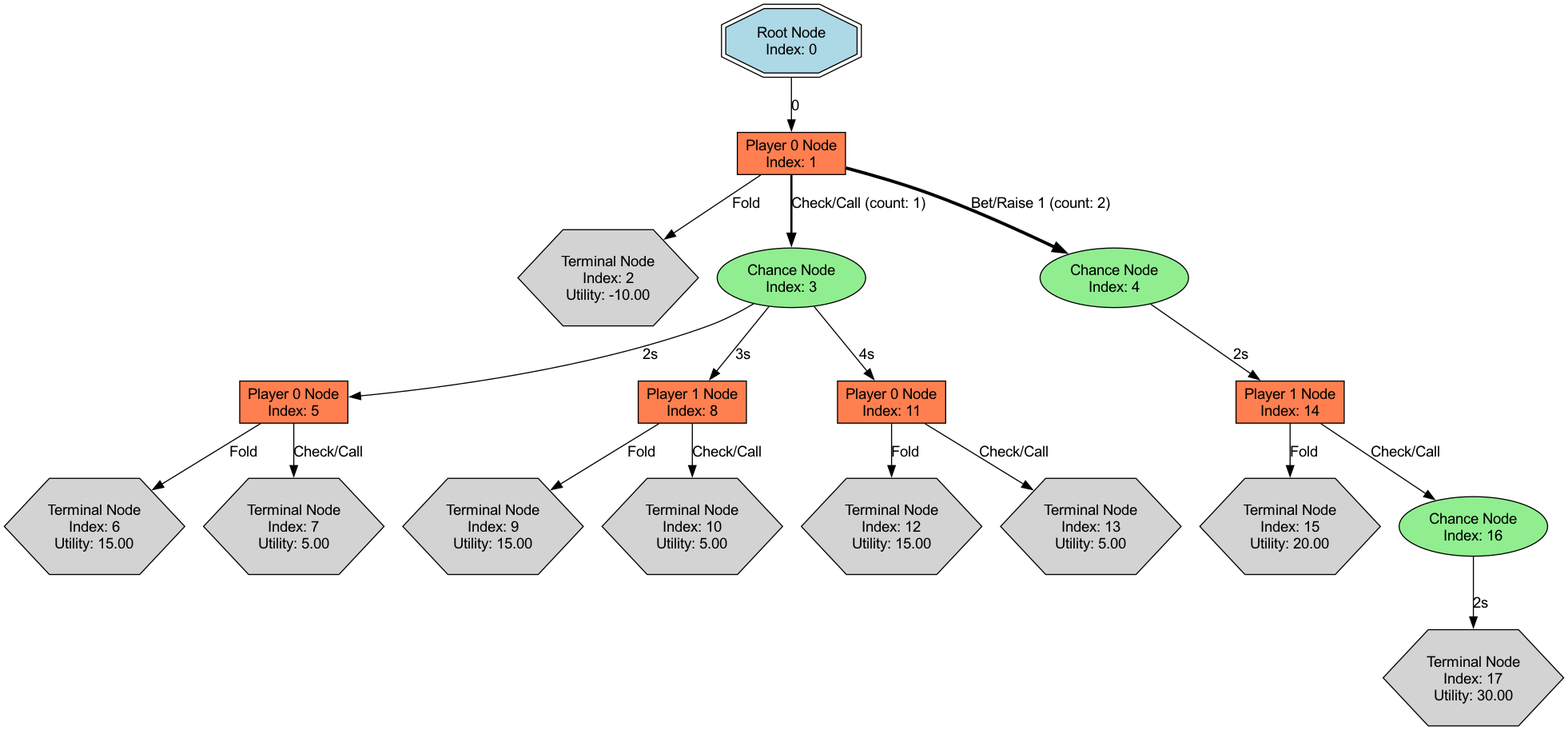
Earlier version of the Graphviz export examples/exports/cfr_tree.png (elliottneilclark/rs-poker). Its source is kept beside it as examples/exports/cfr_tree.dot.
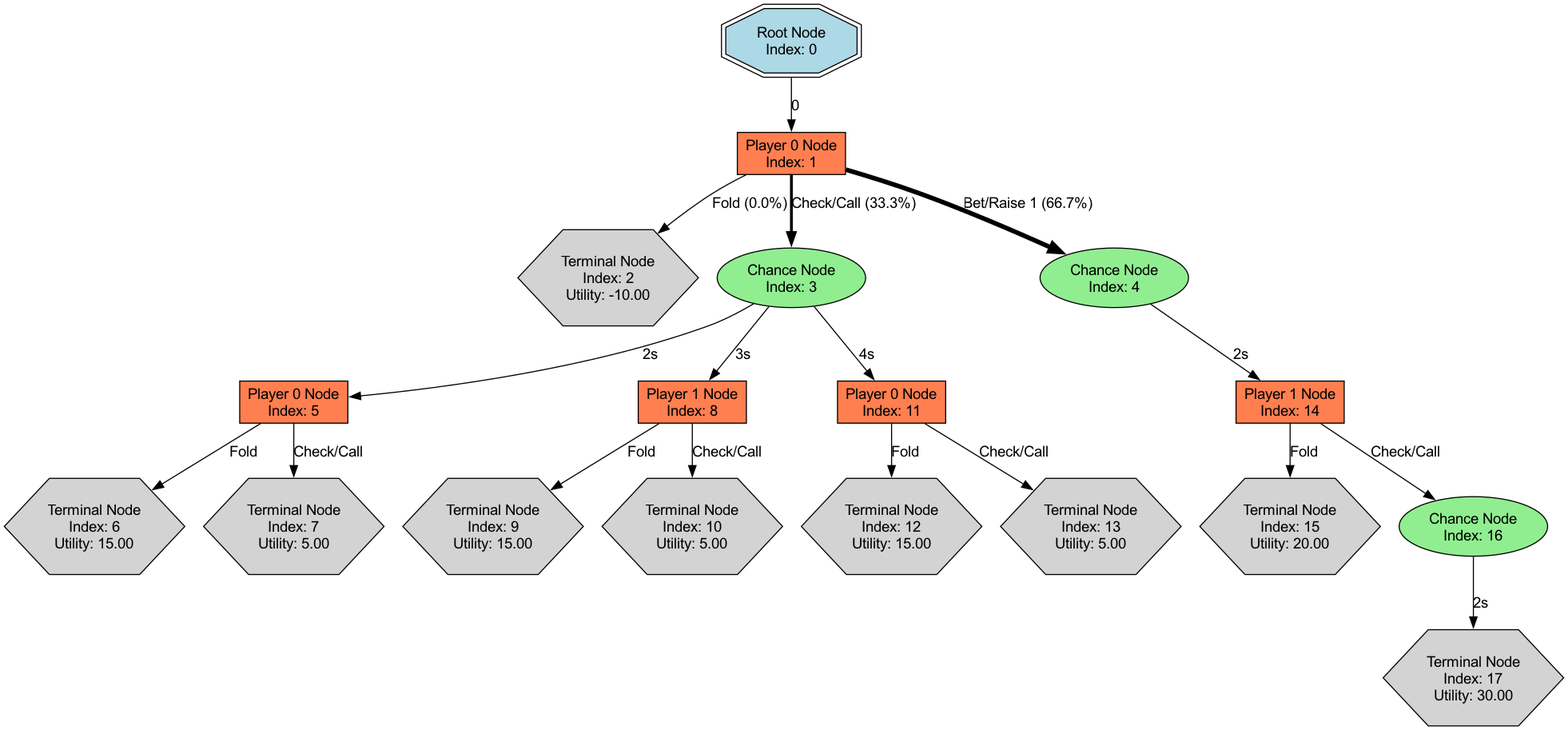
After the commit.

Commit message:
refactor: Enhance CFR state tree export with percentage-based visualization

The edit, as a diff of the source:
```diff
@@ -4,9 +4,9 @@
   node_0 [label="Root Node\nIndex: 0", shape=doubleoctagon, style="filled", fillcolor="lightblue"];
   node_0 -> node_1 [label="0"]
   node_1 [label="Player 0 Node\nIndex: 1", shape=box, style="filled", fillcolor="coral"];
-  node_1 -> node_2 [label="Fold"]
-  node_1 -> node_3 [label="Check/Call (count: 1)", penwidth=2]
-  node_1 -> node_4 [label="Bet/Raise 1 (count: 2)", penwidth=3]
+  node_1 -> node_2 [label="Fold (0.0%)", penwidth=1]
+  node_1 -> node_3 [label="Check/Call (33.3%)", penwidth=2.6666667]
+  node_1 -> node_4 [label="Bet/Raise 1 (66.7%)", penwidth=4.3333335]
   node_2 [label="Terminal Node\nIndex: 2\nUtility: -10.00", shape=hexagon, style="filled", fillcolor="lightgrey"];
   node_3 [label="Chance Node\nIndex: 3", shape=ellipse, style="filled", fillcolor="lightgreen"];
   node_3 -> node_5 [label="2s"]
```
